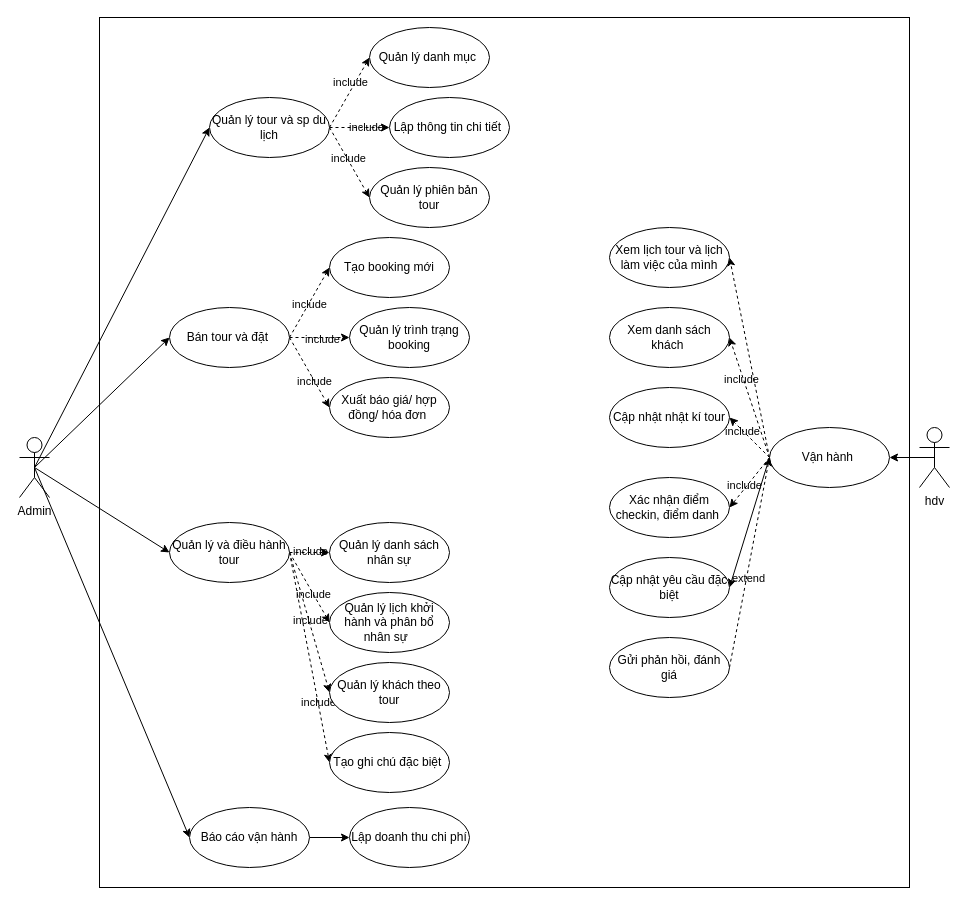
This is Biểu đồ không có tiêu đề.drawio from Carrotnot4me/Du_an_1_new, a draw.io file, before an edit. Source tidied: cells renumbered, new cells numbered last; positions are measured from the earlier drawing's top-left corner, leaving out a move shared by most shapes. Both pictures are drawn from the tidied source at 100%, with x=0, y=0 at pixel (19, 17).
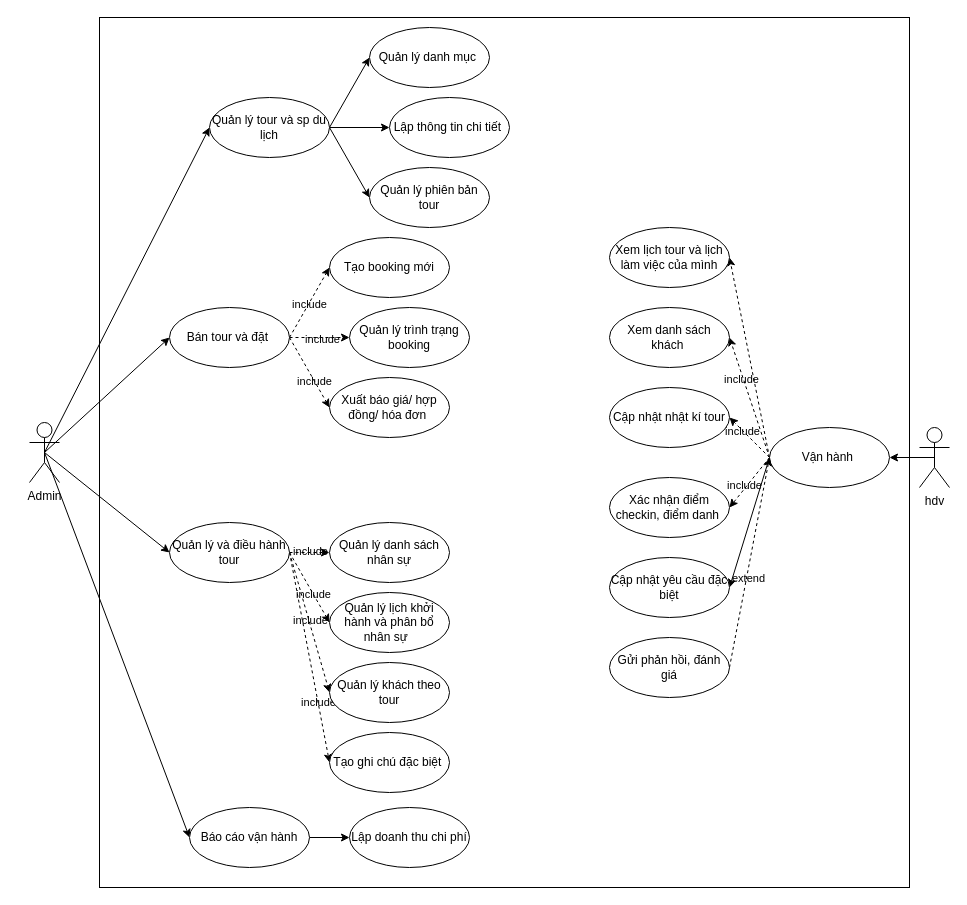
After the change.

The change refers to these unchanged cells:
```xml
<mxCell id="16" value="Quản lý tour và sp du lịch" style="ellipse;whiteSpace=wrap;html=1;labelBackgroundColor=none;" parent="1" vertex="1">
  <mxGeometry x="190" y="80" width="120" height="60" as="geometry" />
</mxCell>
<mxCell id="35" value="Quản lý danh mục&amp;nbsp;" style="ellipse;whiteSpace=wrap;html=1;labelBackgroundColor=none;" parent="1" vertex="1">
  <mxGeometry x="350" y="10" width="120" height="60" as="geometry" />
</mxCell>
<mxCell id="36" value="Lập thông tin chi tiết&amp;nbsp;" style="ellipse;whiteSpace=wrap;html=1;labelBackgroundColor=none;" parent="1" vertex="1">
  <mxGeometry x="370" y="80" width="120" height="60" as="geometry" />
</mxCell>
<mxCell id="37" value="Quản lý phiên bản tour" style="ellipse;whiteSpace=wrap;html=1;labelBackgroundColor=none;" parent="1" vertex="1">
  <mxGeometry x="350" y="150" width="120" height="60" as="geometry" />
</mxCell>
```

What changed in the source:
```diff
@@
     <mxCell id="9" value="Admin" style="shape=umlActor;verticalLabelPosition=bottom;verticalAlign=top;html=1;outlineConnect=0;labelBackgroundColor=none;" parent="1" vertex="1">
-      <mxGeometry y="420" width="30" height="60" as="geometry" />
+      <mxGeometry x="10" y="405" width="30" height="60" as="geometry" />
     </mxCell>
-    <mxCell id="10" style="rounded=0;jettySize=auto;html=1;exitX=1;exitY=0.5;exitDx=0;exitDy=0;entryX=0;entryY=0.5;entryDx=0;entryDy=0;dashed=1;labelBackgroundColor=none;fontColor=default;" parent="1" edge="1" source="16" target="35">
+    <mxCell id="10" style="rounded=0;jettySize=auto;html=1;exitX=1;exitY=0.5;exitDx=0;exitDy=0;entryX=0;entryY=0.5;entryDx=0;entryDy=0;labelBackgroundColor=none;fontColor=default;" parent="1" edge="1" source="16" target="35">
       <mxGeometry relative="1" as="geometry" />
     </mxCell>
-    <mxCell id="11" value="include" style="edgeLabel;html=1;align=center;verticalAlign=middle;labelBackgroundColor=none;" parent="10" vertex="1">
-      <mxGeometry x="0.25" y="5" relative="1" as="geometry" />
-    </mxCell>
-    <mxCell id="12" style="edgeStyle=orthogonalEdgeStyle;rounded=0;jettySize=auto;html=1;exitX=1;exitY=0.5;exitDx=0;exitDy=0;dashed=1;labelBackgroundColor=none;fontColor=default;" parent="1" edge="1" source="16" target="36">
+    <mxCell id="12" style="edgeStyle=orthogonalEdgeStyle;rounded=0;jettySize=auto;html=1;exitX=1;exitY=0.5;exitDx=0;exitDy=0;labelBackgroundColor=none;fontColor=default;" parent="1" edge="1" source="16" target="36">
       <mxGeometry relative="1" as="geometry" />
     </mxCell>
-    <mxCell id="13" value="include" style="edgeLabel;html=1;align=center;verticalAlign=middle;labelBackgroundColor=none;" parent="12" vertex="1">
-      <mxGeometry x="0.19" y="1" relative="1" as="geometry" />
-    </mxCell>
-    <mxCell id="14" style="rounded=0;jettySize=auto;html=1;exitX=1;exitY=0.5;exitDx=0;exitDy=0;entryX=0;entryY=0.5;entryDx=0;entryDy=0;dashed=1;labelBackgroundColor=none;fontColor=default;" parent="1" edge="1" source="16" target="37">
+    <mxCell id="14" style="rounded=0;jettySize=auto;html=1;exitX=1;exitY=0.5;exitDx=0;exitDy=0;entryX=0;entryY=0.5;entryDx=0;entryDy=0;labelBackgroundColor=none;fontColor=default;" parent="1" edge="1" source="16" target="37">
       <mxGeometry relative="1" as="geometry" />
     </mxCell>
-    <mxCell id="15" value="include" style="edgeLabel;html=1;align=center;verticalAlign=middle;labelBackgroundColor=none;" parent="14" vertex="1">
-      <mxGeometry x="-0.1" y="1" relative="1" as="geometry" />
-    </mxCell>
```
